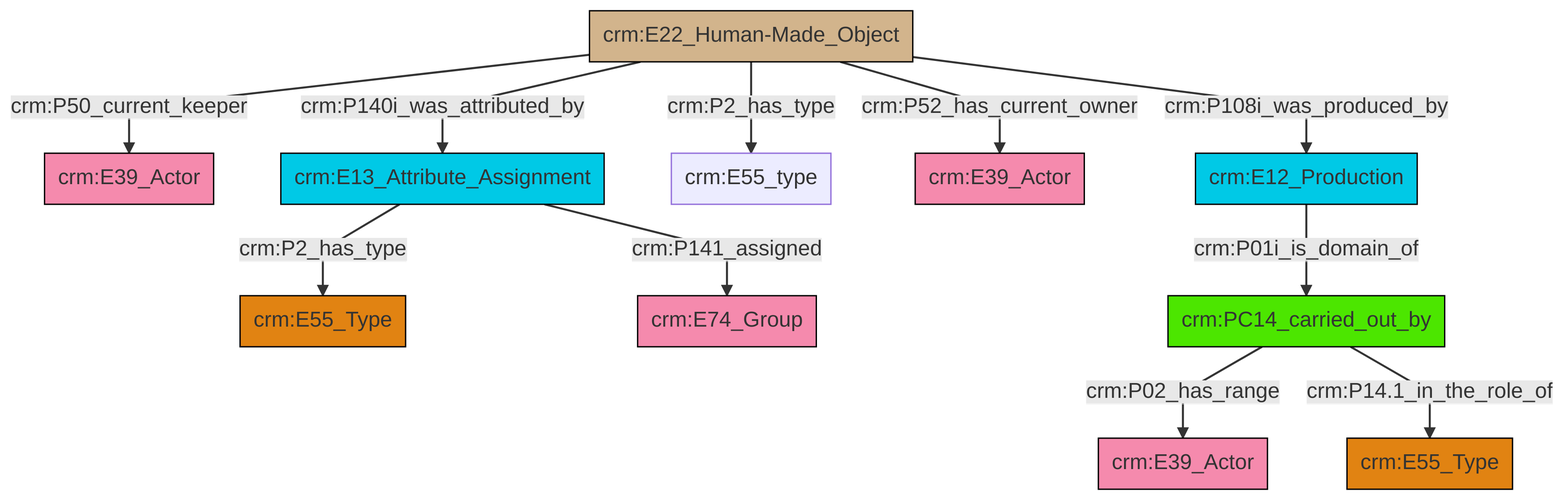
Above: et/artworkCSV/ttl/mmd/png/Artwork_Actor_Relations.png in swiss-art-research-net/docs.swissartresearch (Mermaid), before the change. Its source is kept beside it as et/artworkCSV/ttl/mmd/Artwork_Actor_Relations.ttl.mmd.
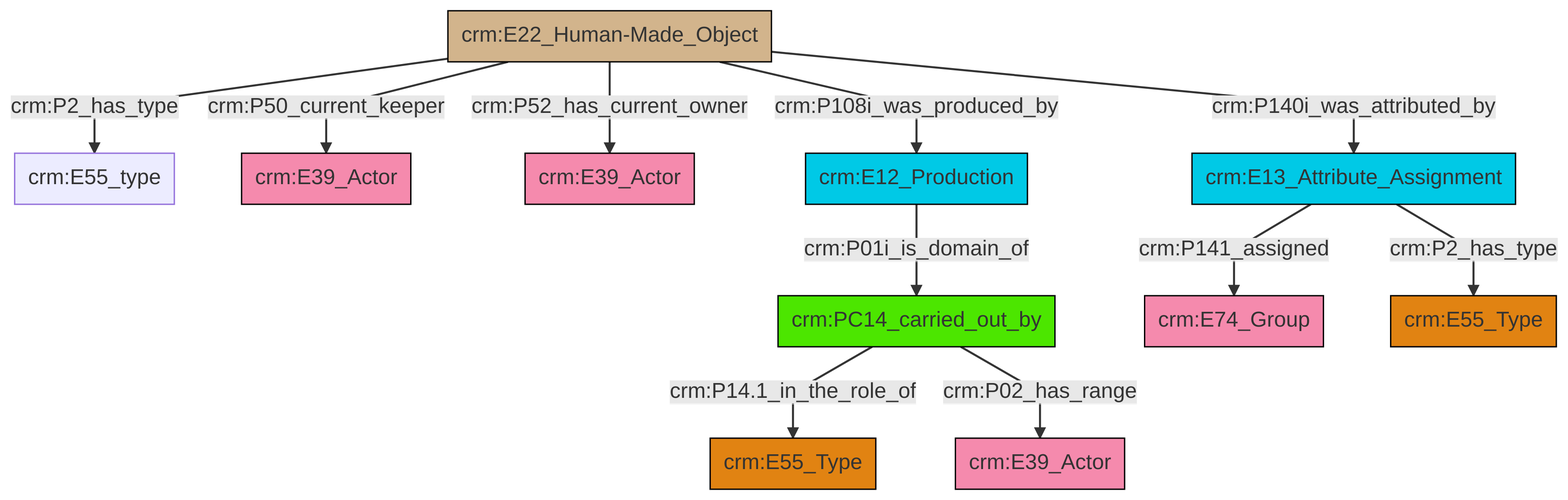
The same file after the commit.

What changed in the source:
```diff
@@ -13,13 +13,13 @@
 classDef PC_Classes fill:#4ce600, stroke:#000000;
 classDef Multi fill:#cccccc,stroke:#000000;
 
-2["crm:PC14_carried_out_by"]:::PC_Classes -->|crm:P02_has_range| 3["crm:E39_Actor"]:::Actor
-4["crm:E12_Production"]:::Temporal_Entity -->|crm:P01i_is_domain_of| 2["crm:PC14_carried_out_by"]:::PC_Classes
-5["crm:E13_Attribute_Assignment"]:::Temporal_Entity -->|crm:P2_has_type| 0["crm:E55_Type"]:::Type
-9["crm:E22_Human-Made_Object"]:::Physical_Thing -->|crm:P50_current_keeper| 10["crm:E39_Actor"]:::Actor
-9["crm:E22_Human-Made_Object"]:::Physical_Thing -->|crm:P140i_was_attributed_by| 5["crm:E13_Attribute_Assignment"]:::Temporal_Entity
-2["crm:PC14_carried_out_by"]:::PC_Classes -->|crm:P14.1_in_the_role_of| 11["crm:E55_Type"]:::Type
-9["crm:E22_Human-Made_Object"]:::Physical_Thing -->|crm:P2_has_type| 6["crm:E55_type"]:::Default
-9["crm:E22_Human-Made_Object"]:::Physical_Thing -->|crm:P52_has_current_owner| 18["crm:E39_Actor"]:::Actor
-9["crm:E22_Human-Made_Object"]:::Physical_Thing -->|crm:P108i_was_produced_by| 4["crm:E12_Production"]:::Temporal_Entity
-5["crm:E13_Attribute_Assignment"]:::Temporal_Entity -->|crm:P141_assigned| 13["crm:E74_Group"]:::Actor
+2["crm:PC14_carried_out_by"]:::PC_Classes -->|crm:P14.1_in_the_role_of| 3["crm:E55_Type"]:::Type
+8["crm:E22_Human-Made_Object"]:::Physical_Thing -->|crm:P52_has_current_owner| 6["crm:E39_Actor"]:::Actor
+10["crm:E13_Attribute_Assignment"]:::Temporal_Entity -->|crm:P141_assigned| 11["crm:E74_Group"]:::Actor
+8["crm:E22_Human-Made_Object"]:::Physical_Thing -->|crm:P2_has_type| 0["crm:E55_type"]:::Default
+2["crm:PC14_carried_out_by"]:::PC_Classes -->|crm:P02_has_range| 18["crm:E39_Actor"]:::Actor
+10["crm:E13_Attribute_Assignment"]:::Temporal_Entity -->|crm:P2_has_type| 13["crm:E55_Type"]:::Type
+8["crm:E22_Human-Made_Object"]:::Physical_Thing -->|crm:P108i_was_produced_by| 16["crm:E12_Production"]:::Temporal_Entity
+16["crm:E12_Production"]:::Temporal_Entity -->|crm:P01i_is_domain_of| 2["crm:PC14_carried_out_by"]:::PC_Classes
+8["crm:E22_Human-Made_Object"]:::Physical_Thing -->|crm:P50_current_keeper| 4["crm:E39_Actor"]:::Actor
+8["crm:E22_Human-Made_Object"]:::Physical_Thing -->|crm:P140i_was_attributed_by| 10["crm:E13_Attribute_Assignment"]:::Temporal_Entity
```
